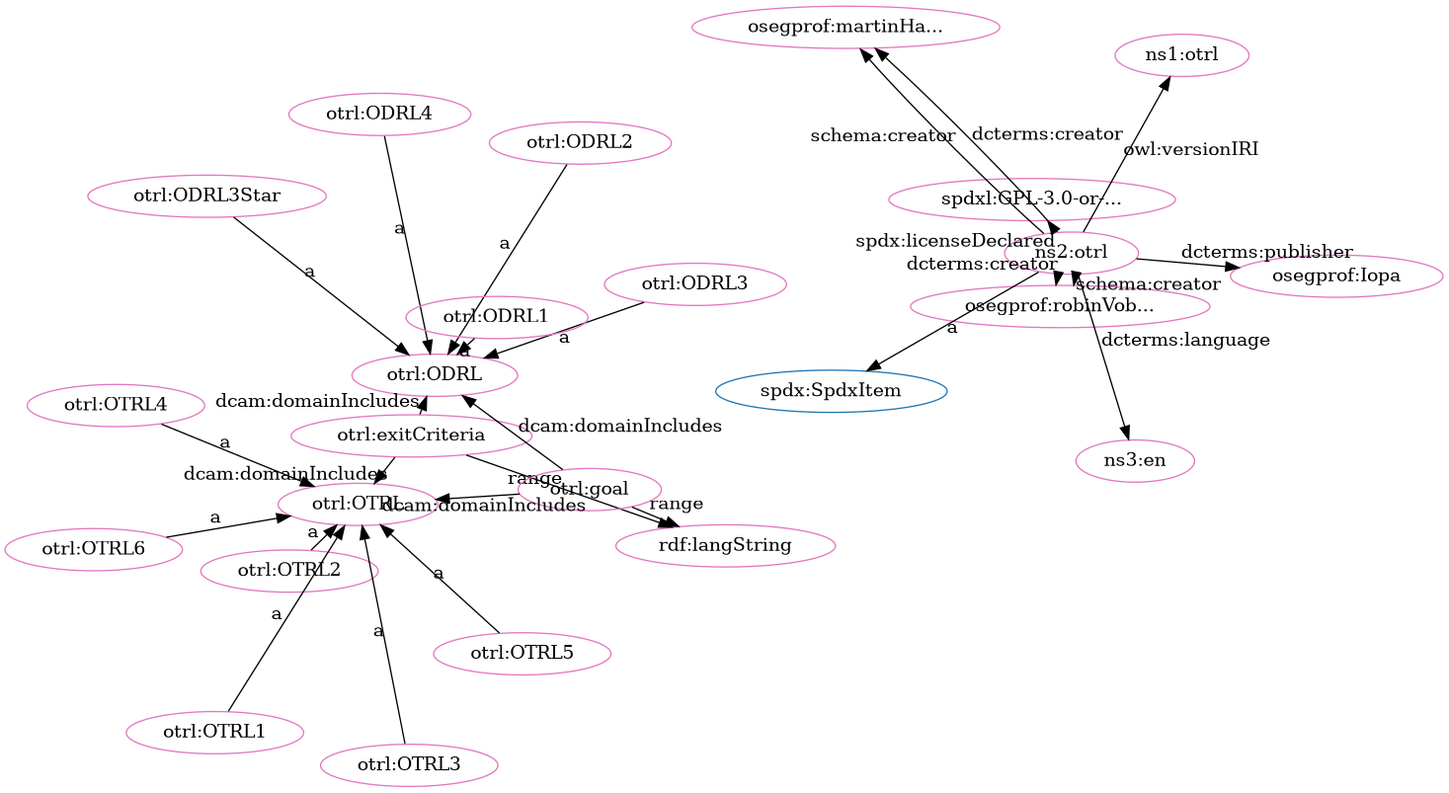
Before: src/spec/fdp_otrl-clean.png, a diagram exported from Graphviz (iop-alliance/OpenKnowHow). Its source is kept beside it as src/spec/fdp_otrl-clean.dot.
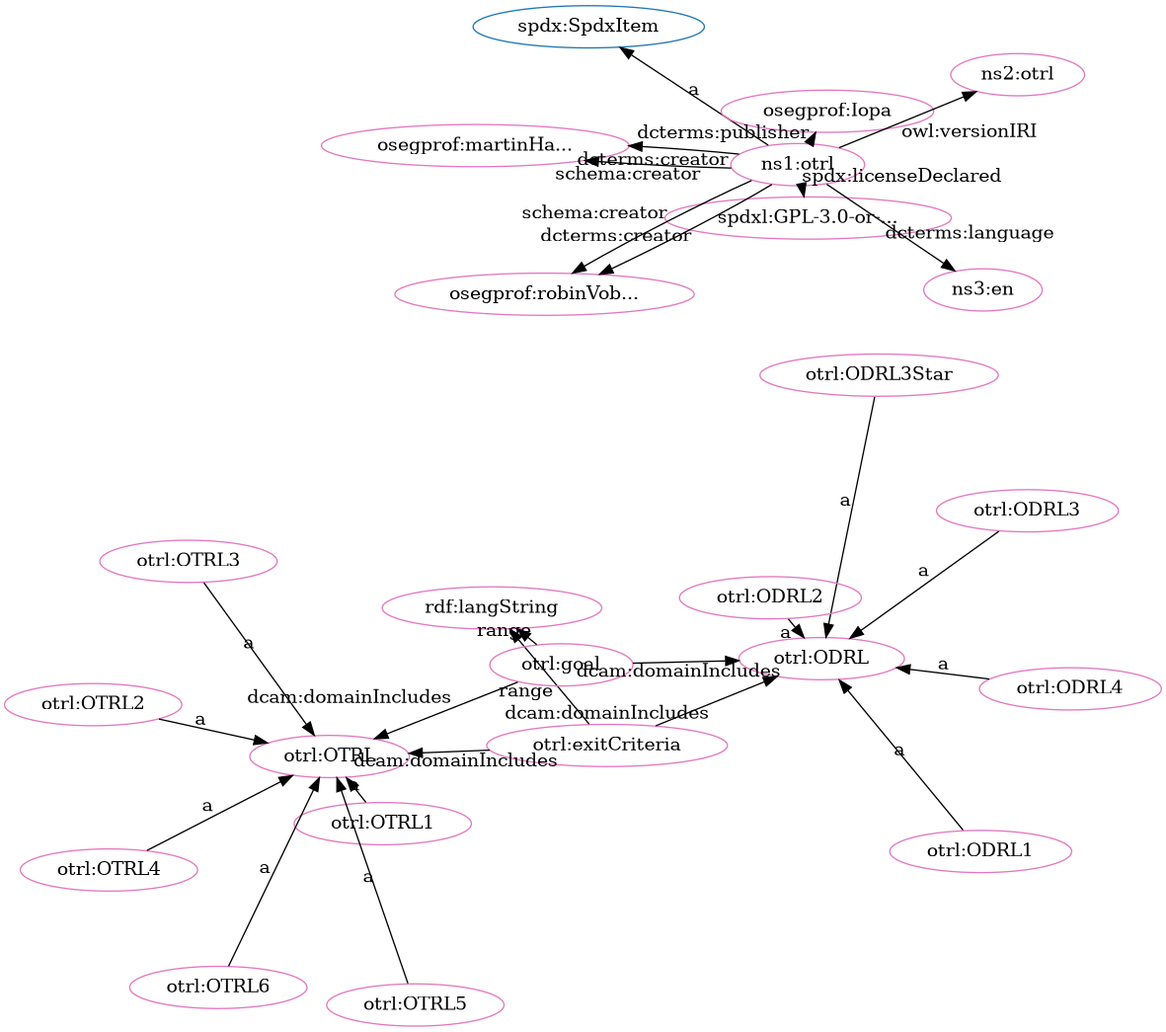
Above is the later version.

The edit, as a diff of the source:
```diff
@@ -2,55 +2,55 @@
   rankdir=BT
   node[height=.3]
 "http://w3id.org/oseg/ont/otrl#OTRL" [fillcolor="#1f77b4" color="#1f77b4" label="otrl:OTRL"]
+"http://spdx.org/rdf/terms#SpdxItem" [fillcolor="#1f77b4" color="#1f77b4" label="spdx:SpdxItem"]
 "http://w3id.org/oseg/ont/otrl#ODRL" [fillcolor="#1f77b4" color="#1f77b4" label="otrl:ODRL"]
-"http://spdx.org/rdf/terms#SpdxItem" [fillcolor="#1f77b4" color="#1f77b4" label="spdx:SpdxItem"]
+"http://w3id.org/oseg/ont/otrl" [fillcolor="#e377c2" color="#e377c2" label="ns1:otrl"]
+"http://spdx.org/licenses/GPL-3.0-or-later" [fillcolor="#e377c2" color="#e377c2" label="spdxl:GPL-3.0-or-..."]
+"http://w3id.org/oseg/ont/otrl#exitCriteria" [fillcolor="#e377c2" color="#e377c2" label="otrl:exitCriteria"]
+"http://w3id.org/oseg/ont/otrl#OTRL3" [fillcolor="#e377c2" color="#e377c2" label="otrl:OTRL3"]
+"http://www.w3.org/1999/02/22-rdf-syntax-ns#langString" [fillcolor="#e377c2" color="#e377c2" label="rdf:langString"]
+"http://w3id.org/oseg/ont/otrl#OTRL" [fillcolor="#e377c2" color="#e377c2" label="otrl:OTRL"]
+"http://w3id.org/oseg/ont/otrl#goal" [fillcolor="#e377c2" color="#e377c2" label="otrl:goal"]
 "http://w3id.org/oseg/ont/oseg-profiles#Iopa" [fillcolor="#e377c2" color="#e377c2" label="osegprof:Iopa"]
-"http://w3id.org/oseg/ont/otrl#exitCriteria" [fillcolor="#e377c2" color="#e377c2" label="otrl:exitCriteria"]
 "http://w3id.org/oseg/ont/otrl#OTRL4" [fillcolor="#e377c2" color="#e377c2" label="otrl:OTRL4"]
+"http://w3id.org/oseg/ont/oseg-profiles#martinHaeuer" [fillcolor="#e377c2" color="#e377c2" label="osegprof:martinHa..."]
+"http://w3id.org/oseg/ont/otrl#ODRL" [fillcolor="#e377c2" color="#e377c2" label="otrl:ODRL"]
+"http://w3id.org/oseg/ont/1.1.0/otrl" [fillcolor="#e377c2" color="#e377c2" label="ns2:otrl"]
 "http://w3id.org/oseg/ont/otrl#ODRL4" [fillcolor="#e377c2" color="#e377c2" label="otrl:ODRL4"]
-"http://w3id.org/oseg/ont/otrl#ODRL" [fillcolor="#e377c2" color="#e377c2" label="otrl:ODRL"]
 "http://w3id.org/oseg/ont/oseg-profiles#robinVobruba" [fillcolor="#e377c2" color="#e377c2" label="osegprof:robinVob..."]
-"http://w3id.org/oseg/ont/otrl#OTRL" [fillcolor="#e377c2" color="#e377c2" label="otrl:OTRL"]
+"http://w3id.org/oseg/ont/otrl#ODRL1" [fillcolor="#e377c2" color="#e377c2" label="otrl:ODRL1"]
+"http://w3id.org/oseg/ont/otrl#OTRL1" [fillcolor="#e377c2" color="#e377c2" label="otrl:OTRL1"]
+"http://w3id.org/oseg/ont/otrl#OTRL5" [fillcolor="#e377c2" color="#e377c2" label="otrl:OTRL5"]
+"http://w3id.org/oseg/ont/otrl#OTRL2" [fillcolor="#e377c2" color="#e377c2" label="otrl:OTRL2"]
 "http://w3id.org/oseg/ont/otrl#ODRL3Star" [fillcolor="#e377c2" color="#e377c2" label="otrl:ODRL3Star"]
-"http://www.w3.org/1999/02/22-rdf-syntax-ns#langString" [fillcolor="#e377c2" color="#e377c2" label="rdf:langString"]
-"http://w3id.org/oseg/ont/otrl#OTRL2" [fillcolor="#e377c2" color="#e377c2" label="otrl:OTRL2"]
-"http://w3id.org/oseg/ont/otrl#OTRL1" [fillcolor="#e377c2" color="#e377c2" label="otrl:OTRL1"]
-"http://w3id.org/oseg/ont/oseg-profiles#martinHaeuer" [fillcolor="#e377c2" color="#e377c2" label="osegprof:martinHa..."]
-"http://w3id.org/oseg/ont/otrl#goal" [fillcolor="#e377c2" color="#e377c2" label="otrl:goal"]
+"http://id.loc.gov/vocabulary/iso639-1/en" [fillcolor="#e377c2" color="#e377c2" label="ns3:en"]
 "http://w3id.org/oseg/ont/otrl#ODRL3" [fillcolor="#e377c2" color="#e377c2" label="otrl:ODRL3"]
-"http://spdx.org/licenses/GPL-3.0-or-later" [fillcolor="#e377c2" color="#e377c2" label="spdxl:GPL-3.0-or-..."]
+"http://w3id.org/oseg/ont/otrl#ODRL2" [fillcolor="#e377c2" color="#e377c2" label="otrl:ODRL2"]
 "http://w3id.org/oseg/ont/otrl#OTRL6" [fillcolor="#e377c2" color="#e377c2" label="otrl:OTRL6"]
-"http://w3id.org/oseg/ont/1.1.0/otrl" [fillcolor="#e377c2" color="#e377c2" label="ns1:otrl"]
-"http://w3id.org/oseg/ont/otrl" [fillcolor="#e377c2" color="#e377c2" label="ns2:otrl"]
-"http://id.loc.gov/vocabulary/iso639-1/en" [fillcolor="#e377c2" color="#e377c2" label="ns3:en"]
-"http://w3id.org/oseg/ont/otrl#ODRL2" [fillcolor="#e377c2" color="#e377c2" label="otrl:ODRL2"]
-"http://w3id.org/oseg/ont/otrl#OTRL3" [fillcolor="#e377c2" color="#e377c2" label="otrl:OTRL3"]
-"http://w3id.org/oseg/ont/otrl#ODRL1" [fillcolor="#e377c2" color="#e377c2" label="otrl:ODRL1"]
-"http://w3id.org/oseg/ont/otrl#OTRL5" [fillcolor="#e377c2" color="#e377c2" label="otrl:OTRL5"]
+  "http://w3id.org/oseg/ont/otrl" -> "http://spdx.org/licenses/GPL-3.0-or-later" [label="spdx:licenseDeclared"]
+  "http://w3id.org/oseg/ont/otrl#OTRL3" -> "http://w3id.org/oseg/ont/otrl#OTRL" [label="a"]
   "http://w3id.org/oseg/ont/otrl" -> "http://w3id.org/oseg/ont/oseg-profiles#Iopa" [label="dcterms:publisher"]
+  "http://w3id.org/oseg/ont/otrl#exitCriteria" -> "http://w3id.org/oseg/ont/otrl#ODRL" [label="dcam:domainIncludes"]
+  "http://w3id.org/oseg/ont/otrl#exitCriteria" -> "http://w3id.org/oseg/ont/otrl#OTRL" [label="dcam:domainIncludes"]
+  "http://w3id.org/oseg/ont/otrl" -> "http://w3id.org/oseg/ont/1.1.0/otrl" [label="owl:versionIRI"]
+  "http://w3id.org/oseg/ont/otrl" -> "http://w3id.org/oseg/ont/oseg-profiles#martinHaeuer" [label="schema:creator"]
+  "http://w3id.org/oseg/ont/otrl" -> "http://w3id.org/oseg/ont/oseg-profiles#robinVobruba" [label="dcterms:creator"]
+  "http://w3id.org/oseg/ont/otrl#OTRL1" -> "http://w3id.org/oseg/ont/otrl#OTRL" [label="a"]
+  "http://w3id.org/oseg/ont/otrl#OTRL5" -> "http://w3id.org/oseg/ont/otrl#OTRL" [label="a"]
+  "http://w3id.org/oseg/ont/otrl#OTRL2" -> "http://w3id.org/oseg/ont/otrl#OTRL" [label="a"]
+  "http://w3id.org/oseg/ont/otrl#goal" -> "http://w3id.org/oseg/ont/otrl#ODRL" [label="dcam:domainIncludes"]
+  "http://w3id.org/oseg/ont/otrl" -> "http://id.loc.gov/vocabulary/iso639-1/en" [label="dcterms:language"]
+  "http://w3id.org/oseg/ont/otrl#OTRL6" -> "http://w3id.org/oseg/ont/otrl#OTRL" [label="a"]
+  "http://w3id.org/oseg/ont/otrl" -> "http://spdx.org/rdf/terms#SpdxItem" [label="a"]
+  "http://w3id.org/oseg/ont/otrl#exitCriteria" -> "http://www.w3.org/1999/02/22-rdf-syntax-ns#langString" [label="range"]
+  "http://w3id.org/oseg/ont/otrl#goal" -> "http://w3id.org/oseg/ont/otrl#OTRL" [label="dcam:domainIncludes"]
   "http://w3id.org/oseg/ont/otrl#OTRL4" -> "http://w3id.org/oseg/ont/otrl#OTRL" [label="a"]
-  "http://w3id.org/oseg/ont/otrl#goal" -> "http://w3id.org/oseg/ont/otrl#ODRL" [label="dcam:domainIncludes"]
-  "http://w3id.org/oseg/ont/otrl#exitCriteria" -> "http://w3id.org/oseg/ont/otrl#OTRL" [label="dcam:domainIncludes"]
-  "http://w3id.org/oseg/ont/otrl" -> "http://w3id.org/oseg/ont/oseg-profiles#robinVobruba" [label="schema:creator"]
-  "http://w3id.org/oseg/ont/otrl#OTRL2" -> "http://w3id.org/oseg/ont/otrl#OTRL" [label="a"]
-  "http://w3id.org/oseg/ont/otrl#OTRL1" -> "http://w3id.org/oseg/ont/otrl#OTRL" [label="a"]
-  "http://w3id.org/oseg/ont/otrl" -> "http://w3id.org/oseg/ont/oseg-profiles#martinHaeuer" [label="schema:creator"]
-  "http://w3id.org/oseg/ont/otrl#ODRL3" -> "http://w3id.org/oseg/ont/otrl#ODRL" [label="a"]
-  "http://w3id.org/oseg/ont/otrl" -> "http://w3id.org/oseg/ont/1.1.0/otrl" [label="owl:versionIRI"]
-  "http://w3id.org/oseg/ont/otrl" -> "http://w3id.org/oseg/ont/oseg-profiles#robinVobruba" [label="dcterms:creator"]
-  "http://w3id.org/oseg/ont/otrl" -> "http://id.loc.gov/vocabulary/iso639-1/en" [label="dcterms:language"]
-  "http://w3id.org/oseg/ont/otrl#ODRL1" -> "http://w3id.org/oseg/ont/otrl#ODRL" [label="a"]
-  "http://w3id.org/oseg/ont/otrl" -> "http://spdx.org/rdf/terms#SpdxItem" [label="a"]
   "http://w3id.org/oseg/ont/otrl" -> "http://w3id.org/oseg/ont/oseg-profiles#martinHaeuer" [label="dcterms:creator"]
   "http://w3id.org/oseg/ont/otrl#ODRL4" -> "http://w3id.org/oseg/ont/otrl#ODRL" [label="a"]
-  "http://w3id.org/oseg/ont/otrl#goal" -> "http://w3id.org/oseg/ont/otrl#OTRL" [label="dcam:domainIncludes"]
+  "http://w3id.org/oseg/ont/otrl#ODRL1" -> "http://w3id.org/oseg/ont/otrl#ODRL" [label="a"]
+  "http://w3id.org/oseg/ont/otrl#goal" -> "http://www.w3.org/1999/02/22-rdf-syntax-ns#langString" [label="range"]
   "http://w3id.org/oseg/ont/otrl#ODRL3Star" -> "http://w3id.org/oseg/ont/otrl#ODRL" [label="a"]
-  "http://w3id.org/oseg/ont/otrl#exitCriteria" -> "http://www.w3.org/1999/02/22-rdf-syntax-ns#langString" [label="range"]
-  "http://w3id.org/oseg/ont/otrl#goal" -> "http://www.w3.org/1999/02/22-rdf-syntax-ns#langString" [label="range"]
-  "http://w3id.org/oseg/ont/otrl" -> "http://spdx.org/licenses/GPL-3.0-or-later" [label="spdx:licenseDeclared"]
-  "http://w3id.org/oseg/ont/otrl#OTRL6" -> "http://w3id.org/oseg/ont/otrl#OTRL" [label="a"]
-  "http://w3id.org/oseg/ont/otrl#exitCriteria" -> "http://w3id.org/oseg/ont/otrl#ODRL" [label="dcam:domainIncludes"]
+  "http://w3id.org/oseg/ont/otrl#ODRL3" -> "http://w3id.org/oseg/ont/otrl#ODRL" [label="a"]
   "http://w3id.org/oseg/ont/otrl#ODRL2" -> "http://w3id.org/oseg/ont/otrl#ODRL" [label="a"]
-  "http://w3id.org/oseg/ont/otrl#OTRL3" -> "http://w3id.org/oseg/ont/otrl#OTRL" [label="a"]
-  "http://w3id.org/oseg/ont/otrl#OTRL5" -> "http://w3id.org/oseg/ont/otrl#OTRL" [label="a"]
+  "http://w3id.org/oseg/ont/otrl" -> "http://w3id.org/oseg/ont/oseg-profiles#robinVobruba" [label="schema:creator"]
 }
```
